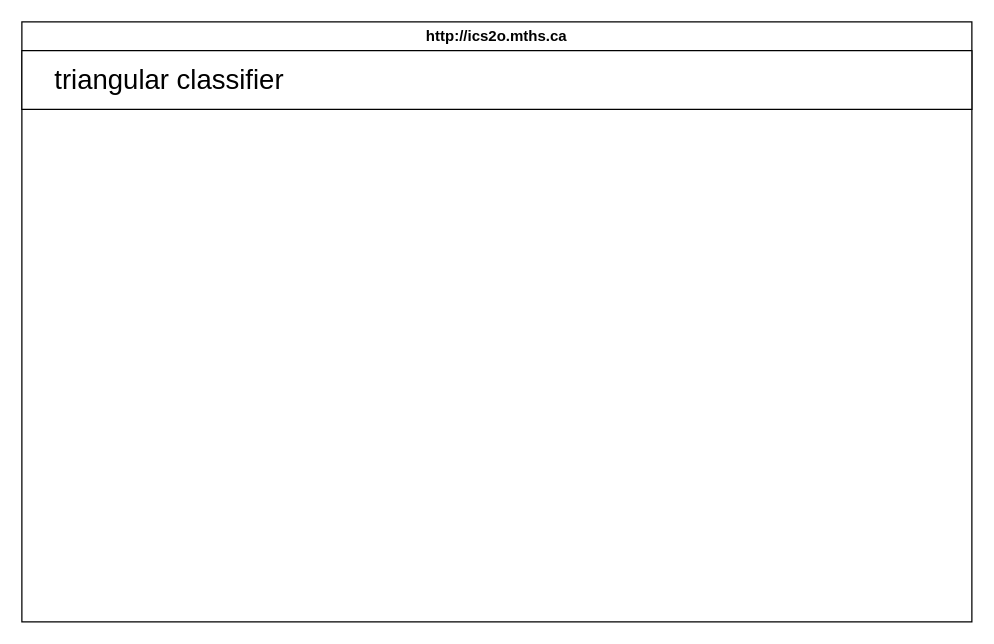
Above: design/storyboard.drawio in MTHS-ICD2O-1-2023/ICD2O-Unit-5-05-yoochan-han (draw.io), before the change. Source tidied: cells renumbered, new cells numbered last; positions are measured from the earlier drawing's top-left corner, leaving out a move shared by most shapes. Both pictures are drawn from the tidied source at 125%, with x=0, y=0 at pixel (21, 21).
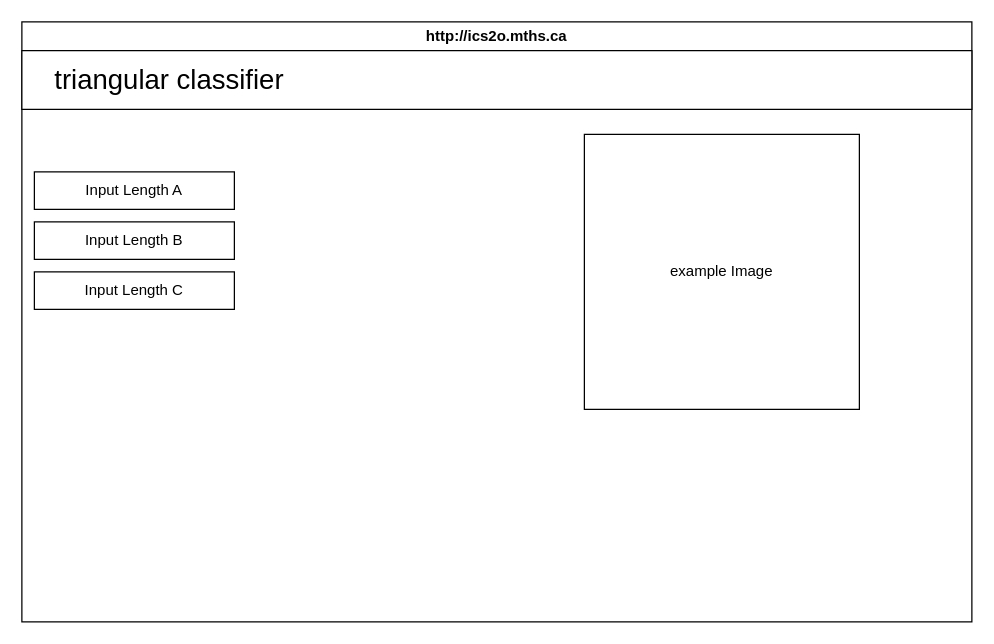
The same page after the edit.

Diff of the diagram source:
```diff
@@
 <mxGraphModel>
   <root>
     <mxCell id="0" />
     <mxCell id="1" parent="0" />
     <mxCell id="2" value="http://ics2o.mths.ca" style="swimlane;whiteSpace=wrap;html=1;" parent="1" vertex="1">
       <mxGeometry width="760" height="480" as="geometry" />
     </mxCell>
     <mxCell id="3" value="&lt;span style=&quot;font-size: 22px;&quot;&gt;&amp;nbsp; &amp;nbsp;&amp;nbsp;triangular classifier&lt;/span&gt;" style="rounded=0;whiteSpace=wrap;html=1;align=left;" parent="2" vertex="1">
       <mxGeometry y="23" width="760" height="47" as="geometry" />
     </mxCell>
+    <mxCell id="4" value="example Image" style="whiteSpace=wrap;html=1;" parent="2" vertex="1">
+      <mxGeometry x="450" y="90" width="220" height="220" as="geometry" />
+    </mxCell>
+    <mxCell id="5" value="&lt;font color=&quot;#000000&quot;&gt;Input Length A&lt;/font&gt;" style="rounded=0;whiteSpace=wrap;html=1;fillColor=none;" parent="2" vertex="1">
+      <mxGeometry x="10" y="120" width="160" height="30" as="geometry" />
+    </mxCell>
+    <mxCell id="6" value="&lt;font color=&quot;#000000&quot;&gt;Input Length B&lt;/font&gt;" style="rounded=0;whiteSpace=wrap;html=1;fillColor=none;" parent="2" vertex="1">
+      <mxGeometry x="10" y="160" width="160" height="30" as="geometry" />
+    </mxCell>
+    <mxCell id="7" value="&lt;font color=&quot;#000000&quot;&gt;Input Length C&lt;/font&gt;" style="rounded=0;whiteSpace=wrap;html=1;fillColor=none;" parent="2" vertex="1">
+      <mxGeometry x="10" y="200" width="160" height="30" as="geometry" />
+    </mxCell>
   </root>
 </mxGraphModel>
```
